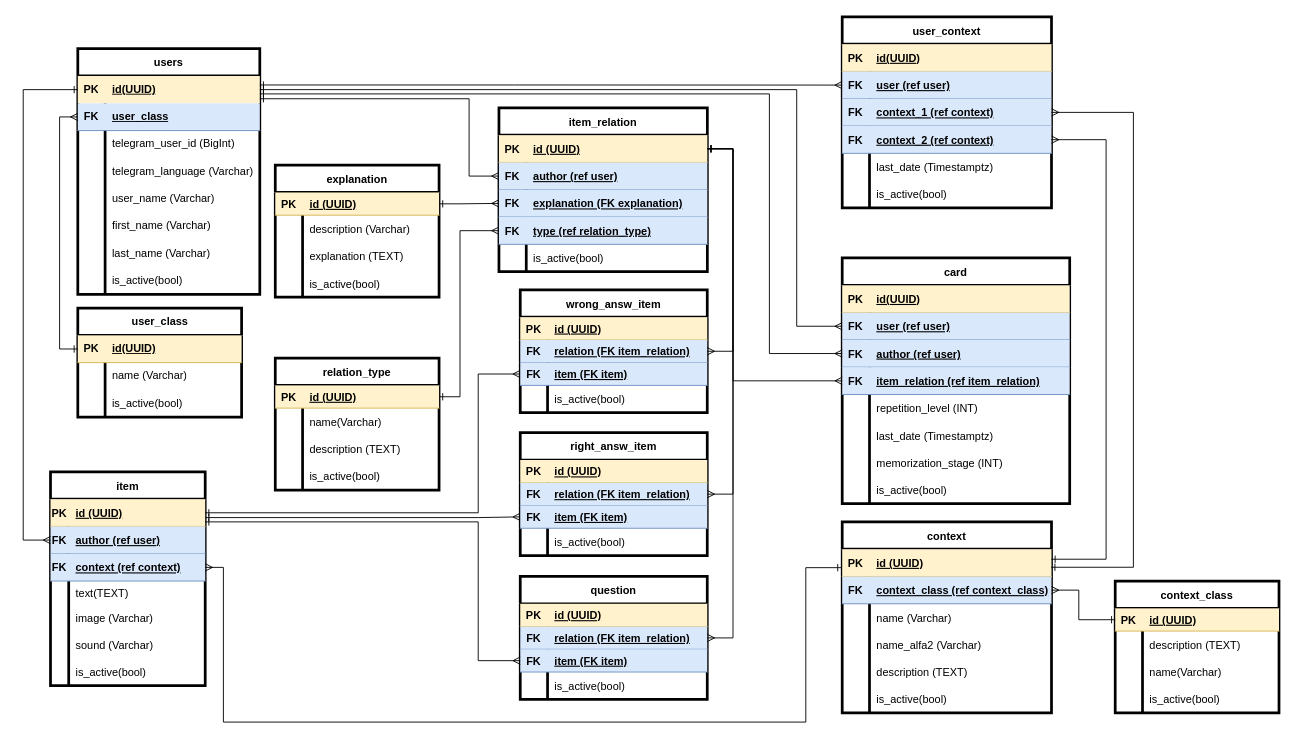
Before: doc/db_structure.drawio in essayNEXT/REPETITOR, a draw.io diagram. Source tidied: cells renumbered, new cells numbered last; positions are measured from the earlier drawing's top-left corner, leaving out a move shared by most shapes. Both pictures are drawn from the tidied source at 91%, with x=0, y=0 at pixel (23, 16).
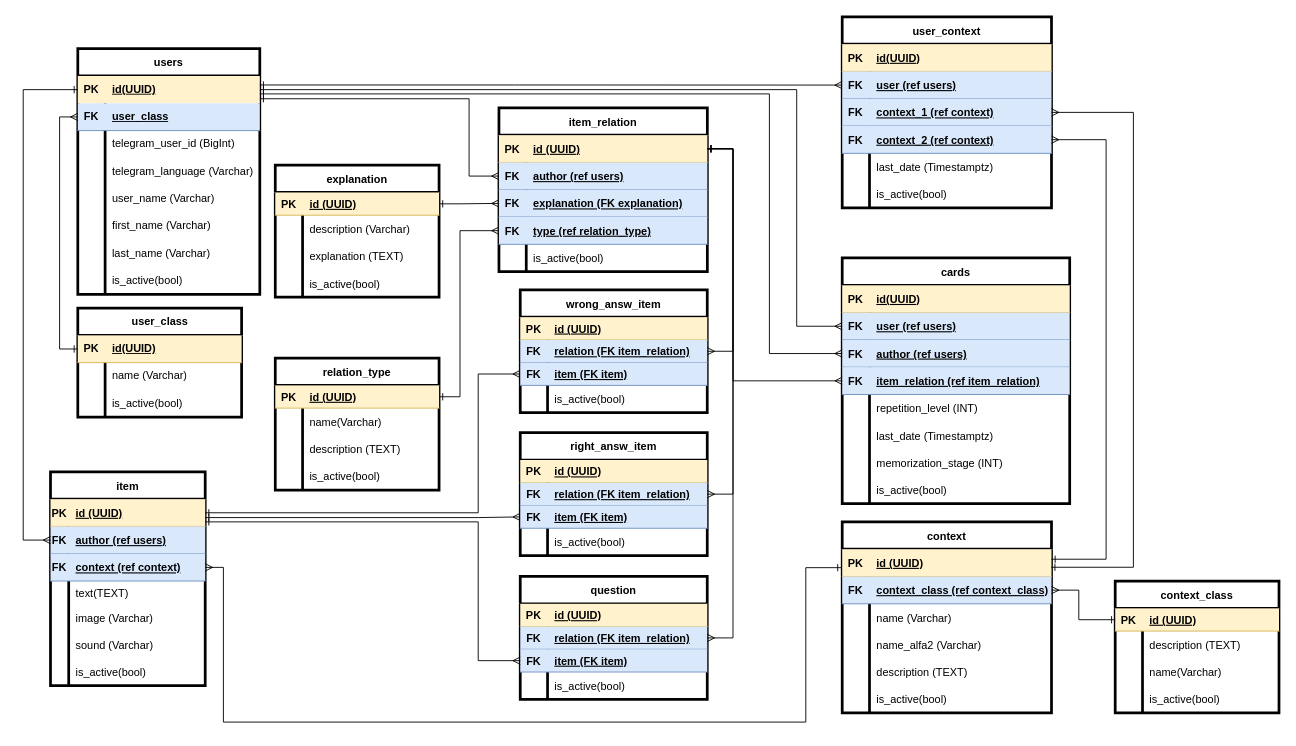
The same diagram, later.

The change refers to these unchanged cells:
```xml
<mxCell id="42" style="shape=tableRow;horizontal=0;startSize=0;swimlaneHead=0;swimlaneBody=0;fillColor=#dae8fc;points=[[0,0.5],[1,0.5]];portConstraint=eastwest;top=0;left=0;right=0;bottom=1;strokeColor=#6c8ebf;" parent="38" vertex="1">
  <mxGeometry y="60" width="170" height="30" as="geometry" />
</mxCell>
<mxCell id="64" style="shape=tableRow;horizontal=0;startSize=0;swimlaneHead=0;swimlaneBody=0;fillColor=#dae8fc;points=[[0,0.5],[1,0.5]];portConstraint=eastwest;top=0;left=0;right=0;bottom=1;strokeColor=#6c8ebf;" parent="60" vertex="1">
  <mxGeometry y="60" width="229" height="30" as="geometry" />
</mxCell>
<mxCell id="80" style="shape=tableRow;horizontal=0;startSize=0;swimlaneHead=0;swimlaneBody=0;fillColor=#dae8fc;points=[[0,0.5],[1,0.5]];portConstraint=eastwest;top=0;left=0;right=0;bottom=1;strokeColor=#6c8ebf;" parent="76" vertex="1">
  <mxGeometry y="60" width="250" height="30" as="geometry" />
</mxCell>
<mxCell id="83" style="shape=tableRow;horizontal=0;startSize=0;swimlaneHead=0;swimlaneBody=0;fillColor=#dae8fc;points=[[0,0.5],[1,0.5]];portConstraint=eastwest;top=0;left=0;right=0;bottom=1;strokeColor=#6c8ebf;" parent="76" vertex="1">
  <mxGeometry y="90" width="250" height="30" as="geometry" />
</mxCell>
<mxCell id="105" style="shape=tableRow;horizontal=0;startSize=0;swimlaneHead=0;swimlaneBody=0;fillColor=#dae8fc;points=[[0,0.5],[1,0.5]];portConstraint=eastwest;top=0;left=0;right=0;bottom=1;strokeColor=#6c8ebf;" parent="101" vertex="1">
  <mxGeometry y="60" width="230" height="30" as="geometry" />
</mxCell>
```

The edit, as a diff of the source:
```diff
@@
-    <mxCell id="44" value="author (ref user)" style="shape=partialRectangle;fillColor=none;top=0;left=0;bottom=0;right=0;align=left;spacingLeft=6;fontStyle=5;overflow=hidden;" parent="42" vertex="1">
+    <mxCell id="44" value="author (ref users)" style="shape=partialRectangle;fillColor=none;top=0;left=0;bottom=0;right=0;align=left;spacingLeft=6;fontStyle=5;overflow=hidden;" parent="42" vertex="1">
       <mxGeometry x="20" width="150" height="30" as="geometry" />
     </mxCell>
@@
-    <mxCell id="66" value="author (ref user)" style="shape=partialRectangle;fillColor=none;top=0;left=0;bottom=0;right=0;align=left;spacingLeft=6;fontStyle=5;overflow=hidden;" parent="64" vertex="1">
+    <mxCell id="66" value="author (ref users)" style="shape=partialRectangle;fillColor=none;top=0;left=0;bottom=0;right=0;align=left;spacingLeft=6;fontStyle=5;overflow=hidden;" parent="64" vertex="1">
       <mxGeometry x="30" width="199" height="30" as="geometry" />
     </mxCell>
@@
-    <mxCell id="76" value="card" style="shape=table;startSize=30;childLayout=tableLayout;rowLines=0;fontStyle=1;align=center;strokeWidth=3;" parent="1" vertex="1">
+    <mxCell id="76" value="cards" style="shape=table;startSize=30;childLayout=tableLayout;rowLines=0;fontStyle=1;align=center;strokeWidth=3;" parent="1" vertex="1">
       <mxGeometry x="900" y="265" width="250" height="270" as="geometry" />
     </mxCell>
@@
-    <mxCell id="82" value="user (ref user)" style="shape=partialRectangle;fillColor=none;top=0;left=0;bottom=0;right=0;align=left;spacingLeft=6;fontStyle=5;overflow=hidden;" parent="80" vertex="1">
+    <mxCell id="82" value="user (ref users)" style="shape=partialRectangle;fillColor=none;top=0;left=0;bottom=0;right=0;align=left;spacingLeft=6;fontStyle=5;overflow=hidden;" parent="80" vertex="1">
       <mxGeometry x="30" width="220" height="30" as="geometry" />
     </mxCell>
@@
-    <mxCell id="85" value="author (ref user)" style="shape=partialRectangle;fillColor=none;top=0;left=0;bottom=0;right=0;align=left;spacingLeft=6;fontStyle=5;overflow=hidden;" parent="83" vertex="1">
+    <mxCell id="85" value="author (ref users)" style="shape=partialRectangle;fillColor=none;top=0;left=0;bottom=0;right=0;align=left;spacingLeft=6;fontStyle=5;overflow=hidden;" parent="83" vertex="1">
       <mxGeometry x="30" width="220" height="30" as="geometry" />
     </mxCell>
@@
-    <mxCell id="107" value="user (ref user)" style="shape=partialRectangle;fillColor=none;top=0;left=0;bottom=0;right=0;align=left;spacingLeft=6;fontStyle=5;overflow=hidden;" parent="105" vertex="1">
+    <mxCell id="107" value="user (ref users)" style="shape=partialRectangle;fillColor=none;top=0;left=0;bottom=0;right=0;align=left;spacingLeft=6;fontStyle=5;overflow=hidden;" parent="105" vertex="1">
       <mxGeometry x="30" width="200" height="30" as="geometry" />
     </mxCell>
```
